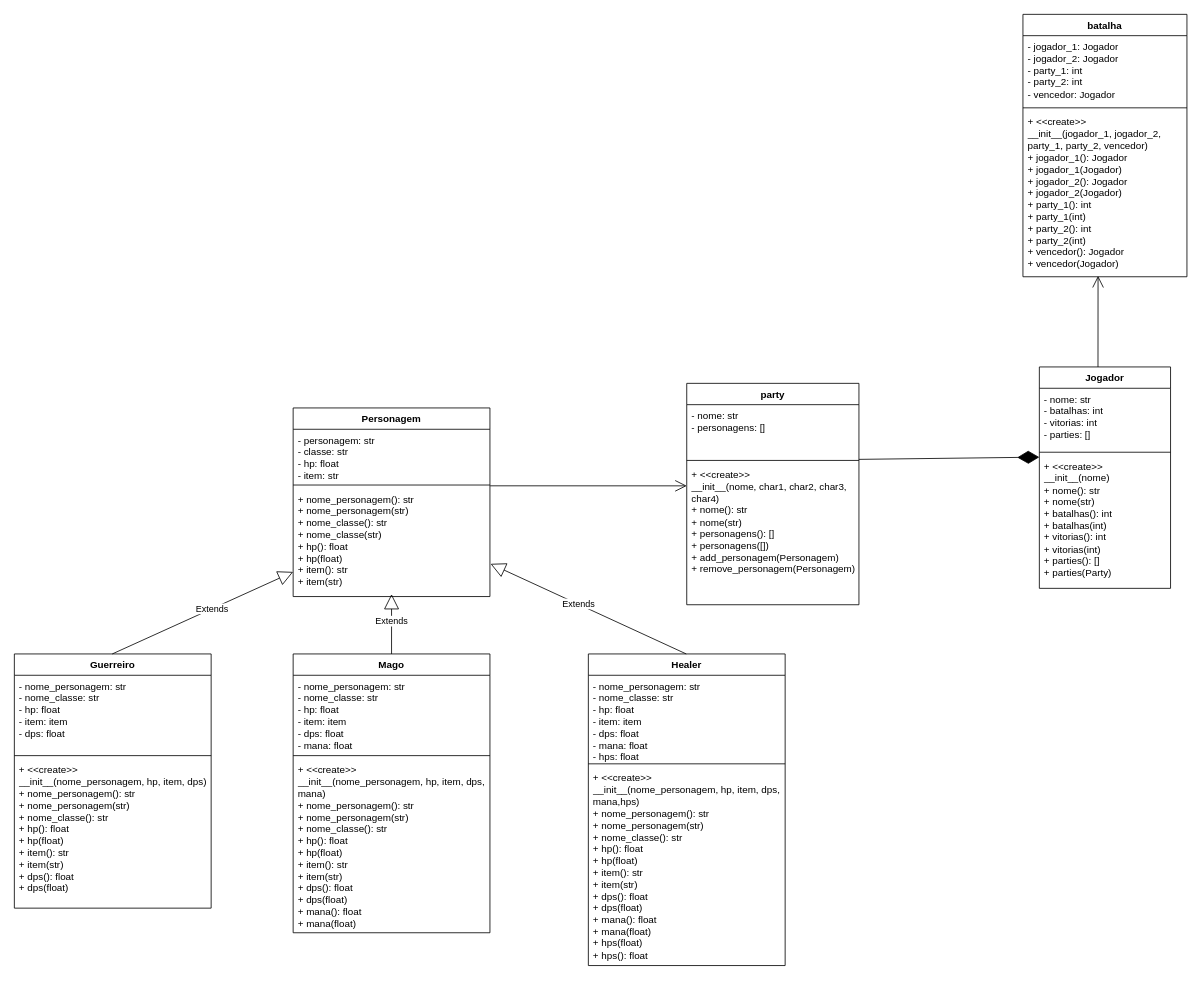
This is UML_RPG.drawio from Coelho50/DSO_T1, a draw.io file, before an edit. Source tidied: cells renumbered, new cells numbered last; positions are measured from the earlier drawing's top-left corner, leaving out a move shared by most shapes. Both pictures are drawn from the tidied source at 82%, with x=0, y=0 at pixel (14, 14).
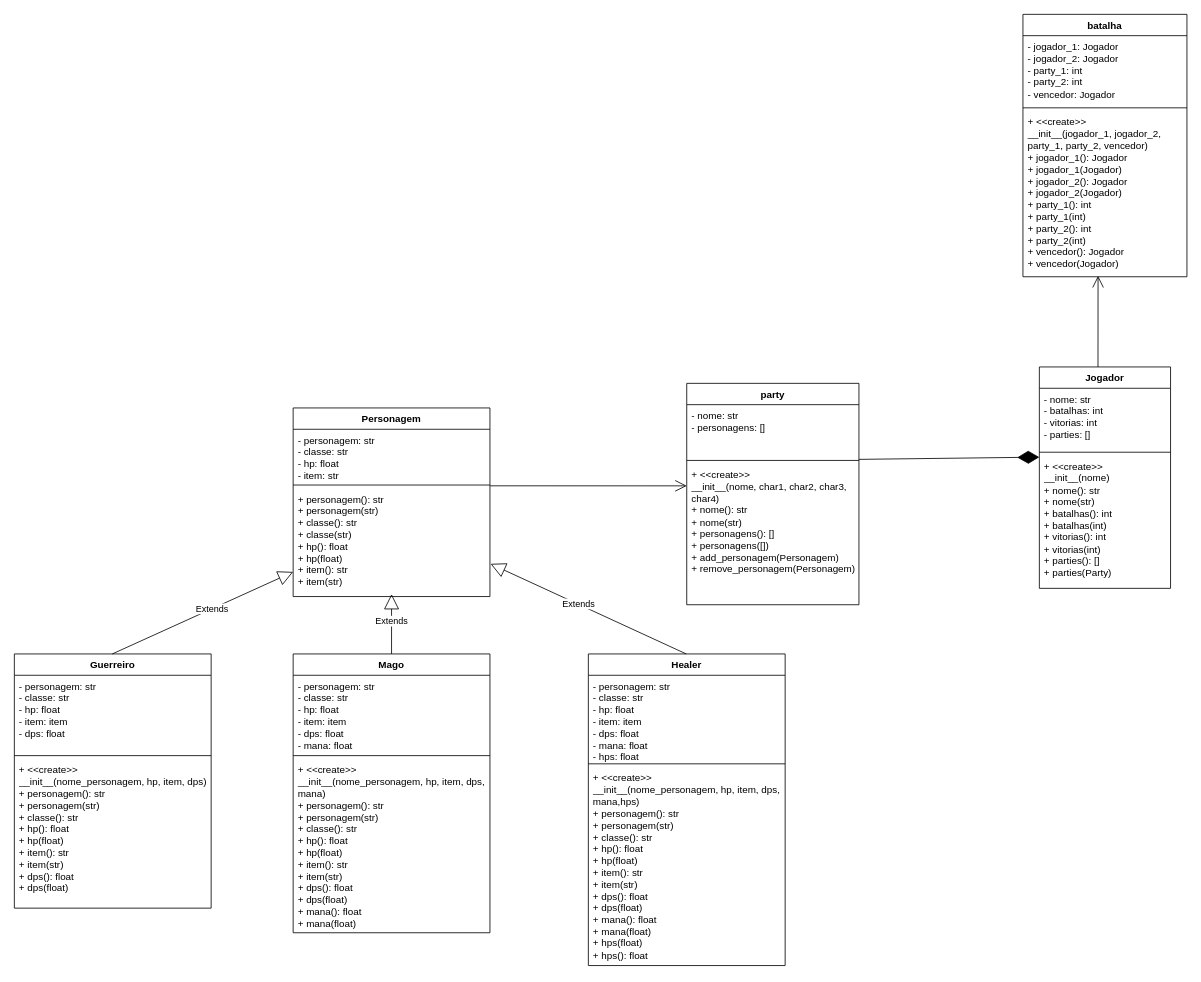
The same page after the edit.

The change refers to these unchanged cells:
```xml
<mxCell id="2" value="Personagem" style="swimlane;fontStyle=1;align=center;verticalAlign=top;horizontal=1;startSize=26;whiteSpace=wrap;html=1;" parent="1" vertex="1">
  <mxGeometry x="340" y="480" width="240" height="230" as="geometry" />
</mxCell>
<mxCell id="18" value="Guerreiro" style="swimlane;fontStyle=1;align=center;verticalAlign=top;horizontal=1;startSize=26;whiteSpace=wrap;html=1;" parent="1" vertex="1">
  <mxGeometry y="780" width="240" height="310" as="geometry" />
</mxCell>
<mxCell id="22" value="Mago" style="swimlane;fontStyle=1;align=center;verticalAlign=top;horizontal=1;startSize=26;whiteSpace=wrap;html=1;" parent="1" vertex="1">
  <mxGeometry x="340" y="780" width="240" height="340" as="geometry" />
</mxCell>
<mxCell id="26" value="Healer" style="swimlane;fontStyle=1;align=center;verticalAlign=top;horizontal=1;startSize=26;whiteSpace=wrap;html=1;" parent="1" vertex="1">
  <mxGeometry x="700" y="780" width="240" height="380" as="geometry" />
</mxCell>
```

What changed in the source:
```diff
@@
-    <mxCell id="5" value="+             nome_personagem(): str&lt;div&gt;+             nome_personagem(str)&lt;/div&gt;&lt;div&gt;+               nome_classe(): str&lt;div&gt;+                   nome_classe(str)&lt;/div&gt;&lt;/div&gt;&lt;div&gt;+                       hp(): float&lt;div&gt;+             hp(float)&lt;/div&gt;&lt;/div&gt;&lt;div&gt;+     item(): str&lt;div&gt;+   item(str)&lt;/div&gt;&lt;/div&gt;" style="text;strokeColor=none;fillColor=none;align=left;verticalAlign=top;spacingLeft=4;spacingRight=4;overflow=hidden;points=[[0,0.5],[1,0.5]];portConstraint=eastwest;whiteSpace=wrap;html=1;" parent="2" vertex="1">
+    <mxCell id="5" value="+ personagem(): str&lt;div&gt;+ personagem(str)&lt;/div&gt;&lt;div&gt;+ classe(): str&lt;div&gt;+ classe(str)&lt;/div&gt;&lt;/div&gt;&lt;div&gt;+                       hp(): float&lt;div&gt;+             hp(float)&lt;/div&gt;&lt;/div&gt;&lt;div&gt;+     item(): str&lt;div&gt;+   item(str)&lt;/div&gt;&lt;/div&gt;" style="text;strokeColor=none;fillColor=none;align=left;verticalAlign=top;spacingLeft=4;spacingRight=4;overflow=hidden;points=[[0,0.5],[1,0.5]];portConstraint=eastwest;whiteSpace=wrap;html=1;" parent="2" vertex="1">
       <mxGeometry y="98" width="240" height="132" as="geometry" />
     </mxCell>
@@
-    <mxCell id="19" value="- nome_personagem: str&lt;div&gt;- nome_classe: str&lt;br&gt;&lt;div&gt;- hp: float&lt;/div&gt;&lt;div&gt;- item: item&lt;/div&gt;&lt;/div&gt;&lt;div&gt;- dps: float&lt;/div&gt;" style="text;strokeColor=none;fillColor=none;align=left;verticalAlign=top;spacingLeft=4;spacingRight=4;overflow=hidden;whiteSpace=wrap;html=1;" parent="18" vertex="1">
+    <mxCell id="19" value="- personagem: str&lt;div&gt;- classe: str&lt;br&gt;&lt;div&gt;- hp: float&lt;/div&gt;&lt;div&gt;- item: item&lt;/div&gt;&lt;/div&gt;&lt;div&gt;- dps: float&lt;/div&gt;" style="text;strokeColor=none;fillColor=none;align=left;verticalAlign=top;spacingLeft=4;spacingRight=4;overflow=hidden;whiteSpace=wrap;html=1;" parent="18" vertex="1">
       <mxGeometry y="26" width="240" height="94" as="geometry" />
     </mxCell>
@@
-    <mxCell id="21" value="&lt;div&gt;+ &amp;lt;&amp;lt;create&amp;gt;&amp;gt;&amp;nbsp; &amp;nbsp; &amp;nbsp; &amp;nbsp; &amp;nbsp; &amp;nbsp; &amp;nbsp; __init__(nome_personagem, hp, item, dps)&lt;/div&gt;+                  nome_personagem(): str&lt;div&gt;+ nome_personagem(str)&lt;/div&gt;&lt;div&gt;+ nome_classe(): str&lt;/div&gt;&lt;div&gt;+ hp(): float&lt;div&gt;+ hp(float)&lt;/div&gt;&lt;/div&gt;&lt;div&gt;+ item(): str&lt;div&gt;+ item(str)&lt;/div&gt;&lt;/div&gt;&lt;div&gt;+ dps(): float&lt;/div&gt;&lt;div&gt;+ dps(float)&lt;/div&gt;" style="text;strokeColor=none;fillColor=none;align=left;verticalAlign=top;spacingLeft=4;spacingRight=4;overflow=hidden;whiteSpace=wrap;html=1;" parent="18" vertex="1">
+    <mxCell id="21" value="&lt;div&gt;+ &amp;lt;&amp;lt;create&amp;gt;&amp;gt;&amp;nbsp; &amp;nbsp; &amp;nbsp; &amp;nbsp; &amp;nbsp; &amp;nbsp; &amp;nbsp; __init__(nome_personagem, hp, item, dps)&lt;/div&gt;+ personagem(): str&lt;div&gt;+ personagem(str)&lt;/div&gt;&lt;div&gt;+ classe(): str&lt;/div&gt;&lt;div&gt;+ hp(): float&lt;div&gt;+ hp(float)&lt;/div&gt;&lt;/div&gt;&lt;div&gt;+ item(): str&lt;div&gt;+ item(str)&lt;/div&gt;&lt;/div&gt;&lt;div&gt;+ dps(): float&lt;/div&gt;&lt;div&gt;+ dps(float)&lt;/div&gt;" style="text;strokeColor=none;fillColor=none;align=left;verticalAlign=top;spacingLeft=4;spacingRight=4;overflow=hidden;whiteSpace=wrap;html=1;" parent="18" vertex="1">
       <mxGeometry y="128" width="240" height="182" as="geometry" />
     </mxCell>
@@
-    <mxCell id="23" value="- nome_personagem: str&lt;div&gt;- nome_classe: str&lt;br&gt;&lt;div&gt;- hp: float&lt;/div&gt;&lt;div&gt;- item: item&lt;/div&gt;&lt;/div&gt;&lt;div&gt;- dps: float&lt;/div&gt;&lt;div&gt;- mana: float&lt;/div&gt;" style="text;strokeColor=none;fillColor=none;align=left;verticalAlign=top;spacingLeft=4;spacingRight=4;overflow=hidden;whiteSpace=wrap;html=1;" parent="22" vertex="1">
+    <mxCell id="23" value="- personagem: str&lt;div&gt;- classe: str&lt;br&gt;&lt;div&gt;- hp: float&lt;/div&gt;&lt;div&gt;- item: item&lt;/div&gt;&lt;/div&gt;&lt;div&gt;- dps: float&lt;/div&gt;&lt;div&gt;- mana: float&lt;/div&gt;" style="text;strokeColor=none;fillColor=none;align=left;verticalAlign=top;spacingLeft=4;spacingRight=4;overflow=hidden;whiteSpace=wrap;html=1;" parent="22" vertex="1">
       <mxGeometry y="26" width="240" height="94" as="geometry" />
     </mxCell>
@@
-    <mxCell id="25" value="&lt;div&gt;+ &amp;lt;&amp;lt;create&amp;gt;&amp;gt;&amp;nbsp; &amp;nbsp; &amp;nbsp; &amp;nbsp; &amp;nbsp; &amp;nbsp; &amp;nbsp; __init__(nome_personagem, hp, item, dps, mana)&lt;/div&gt;+                  nome_personagem(): str&lt;div&gt;+ nome_personagem(str)&lt;/div&gt;&lt;div&gt;+ nome_classe(): str&lt;/div&gt;&lt;div&gt;+ hp(): float&lt;div&gt;+ hp(float)&lt;/div&gt;&lt;/div&gt;&lt;div&gt;+ item(): str&lt;div&gt;+ item(str)&lt;/div&gt;&lt;/div&gt;&lt;div&gt;+ dps(): float&lt;/div&gt;&lt;div&gt;+ dps(float)&lt;/div&gt;&lt;div&gt;+ mana(): float&lt;/div&gt;&lt;div&gt;+ mana(float)&lt;/div&gt;" style="text;strokeColor=none;fillColor=none;align=left;verticalAlign=top;spacingLeft=4;spacingRight=4;overflow=hidden;whiteSpace=wrap;html=1;" parent="22" vertex="1">
+    <mxCell id="25" value="&lt;div&gt;+ &amp;lt;&amp;lt;create&amp;gt;&amp;gt;&amp;nbsp; &amp;nbsp; &amp;nbsp; &amp;nbsp; &amp;nbsp; &amp;nbsp; &amp;nbsp; __init__(nome_personagem, hp, item, dps, mana)&lt;/div&gt;+ personagem(): str&lt;div&gt;+ personagem(str)&lt;/div&gt;&lt;div&gt;+ classe(): str&lt;/div&gt;&lt;div&gt;+ hp(): float&lt;div&gt;+ hp(float)&lt;/div&gt;&lt;/div&gt;&lt;div&gt;+ item(): str&lt;div&gt;+ item(str)&lt;/div&gt;&lt;/div&gt;&lt;div&gt;+ dps(): float&lt;/div&gt;&lt;div&gt;+ dps(float)&lt;/div&gt;&lt;div&gt;+ mana(): float&lt;/div&gt;&lt;div&gt;+ mana(float)&lt;/div&gt;" style="text;strokeColor=none;fillColor=none;align=left;verticalAlign=top;spacingLeft=4;spacingRight=4;overflow=hidden;whiteSpace=wrap;html=1;" parent="22" vertex="1">
       <mxGeometry y="128" width="240" height="212" as="geometry" />
     </mxCell>
@@
-    <mxCell id="27" value="- nome_personagem: str&lt;div&gt;- nome_classe: str&lt;br&gt;&lt;div&gt;- hp: float&lt;/div&gt;&lt;div&gt;- item: item&lt;/div&gt;&lt;/div&gt;&lt;div&gt;- dps: float&lt;/div&gt;&lt;div&gt;- mana: float&lt;/div&gt;&lt;div&gt;- hps: float&lt;/div&gt;" style="text;strokeColor=none;fillColor=none;align=left;verticalAlign=top;spacingLeft=4;spacingRight=4;overflow=hidden;whiteSpace=wrap;html=1;" parent="26" vertex="1">
+    <mxCell id="27" value="- personagem: str&lt;div&gt;- classe: str&lt;br&gt;&lt;div&gt;- hp: float&lt;/div&gt;&lt;div&gt;- item: item&lt;/div&gt;&lt;/div&gt;&lt;div&gt;- dps: float&lt;/div&gt;&lt;div&gt;- mana: float&lt;/div&gt;&lt;div&gt;- hps: float&lt;/div&gt;" style="text;strokeColor=none;fillColor=none;align=left;verticalAlign=top;spacingLeft=4;spacingRight=4;overflow=hidden;whiteSpace=wrap;html=1;" parent="26" vertex="1">
       <mxGeometry y="26" width="240" height="104" as="geometry" />
     </mxCell>
@@
-    <mxCell id="29" value="&lt;div&gt;+ &amp;lt;&amp;lt;create&amp;gt;&amp;gt;&amp;nbsp; &amp;nbsp; &amp;nbsp; &amp;nbsp; &amp;nbsp; &amp;nbsp; &amp;nbsp; __init__(nome_personagem, hp, item, dps, mana,hps)&lt;/div&gt;+                  nome_personagem(): str&lt;div&gt;+ nome_personagem(str)&lt;/div&gt;&lt;div&gt;+ nome_classe(): str&lt;/div&gt;&lt;div&gt;+ hp(): float&lt;div&gt;+ hp(float)&lt;/div&gt;&lt;/div&gt;&lt;div&gt;+ item(): str&lt;div&gt;+ item(str)&lt;/div&gt;&lt;/div&gt;&lt;div&gt;+ dps(): float&lt;/div&gt;&lt;div&gt;+ dps(float)&lt;/div&gt;&lt;div&gt;+ mana(): float&lt;/div&gt;&lt;div&gt;+ mana(float)&lt;/div&gt;&lt;div&gt;+ hps(float)&lt;/div&gt;&lt;div&gt;+ hps(): float&lt;/div&gt;" style="text;strokeColor=none;fillColor=none;align=left;verticalAlign=top;spacingLeft=4;spacingRight=4;overflow=hidden;whiteSpace=wrap;html=1;" parent="26" vertex="1">
+    <mxCell id="29" value="&lt;div&gt;+ &amp;lt;&amp;lt;create&amp;gt;&amp;gt;&amp;nbsp; &amp;nbsp; &amp;nbsp; &amp;nbsp; &amp;nbsp; &amp;nbsp; &amp;nbsp; __init__(nome_personagem, hp, item, dps, mana,hps)&lt;/div&gt;+ personagem(): str&lt;div&gt;+ personagem(str)&lt;/div&gt;&lt;div&gt;+ classe(): str&lt;/div&gt;&lt;div&gt;+ hp(): float&lt;div&gt;+ hp(float)&lt;/div&gt;&lt;/div&gt;&lt;div&gt;+ item(): str&lt;div&gt;+ item(str)&lt;/div&gt;&lt;/div&gt;&lt;div&gt;+ dps(): float&lt;/div&gt;&lt;div&gt;+ dps(float)&lt;/div&gt;&lt;div&gt;+ mana(): float&lt;/div&gt;&lt;div&gt;+ mana(float)&lt;/div&gt;&lt;div&gt;+ hps(float)&lt;/div&gt;&lt;div&gt;+ hps(): float&lt;/div&gt;" style="text;strokeColor=none;fillColor=none;align=left;verticalAlign=top;spacingLeft=4;spacingRight=4;overflow=hidden;whiteSpace=wrap;html=1;" parent="26" vertex="1">
       <mxGeometry y="138" width="240" height="242" as="geometry" />
     </mxCell>
```
